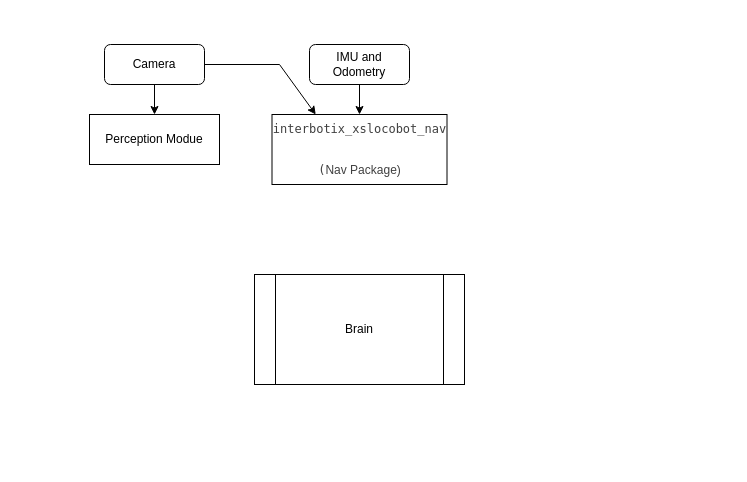
sidt36/ME326-Group-8 keeps this draw.io diagram as module_flow_diagram.drawio. Above is the earlier version. Source tidied: cells renumbered, new cells numbered last; positions are measured from the earlier drawing's top-left corner, leaving out a move shared by most shapes. Both pictures are drawn from the tidied source at 100%, with x=0, y=0 at pixel (89, 44).
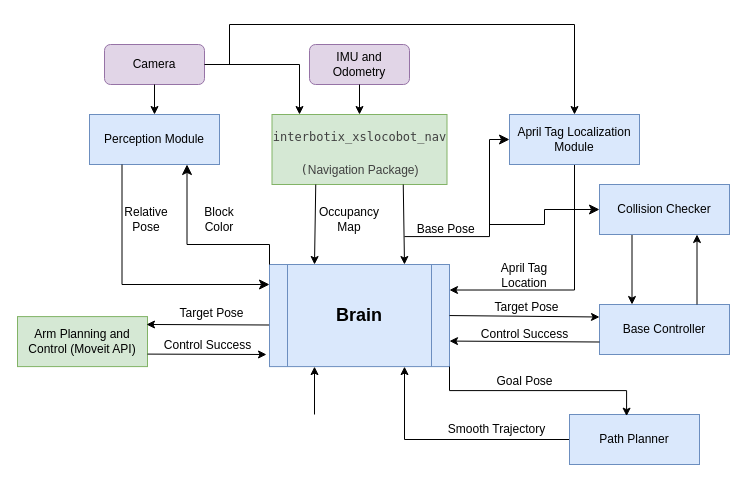
The same diagram, later.

What changed in the source:
```diff
@@
+    <mxCell id="10" style="edgeStyle=orthogonalEdgeStyle;rounded=0;jettySize=auto;html=1;exitX=1;exitY=0.5;exitDx=0;exitDy=0;entryX=0.5;entryY=0;entryDx=0;entryDy=0;" parent="1" edge="1" source="2" target="12">
+      <mxGeometry relative="1" as="geometry">
+        <Array as="points">
+          <mxPoint x="140" y="20" />
+          <mxPoint x="140" y="-20" />
+          <mxPoint x="485" y="-20" />
+        </Array>
+      </mxGeometry>
+    </mxCell>
-    <mxCell id="2" value="Camera" style="rounded=1;whiteSpace=wrap;html=1;" parent="1" vertex="1">
+    <mxCell id="2" value="Camera" style="rounded=1;whiteSpace=wrap;html=1;fillColor=#e1d5e7;strokeColor=#9673a6;" parent="1" vertex="1">
       <mxGeometry x="15" width="100" height="40" as="geometry" />
     </mxCell>
-    <mxCell id="3" value="IMU and Odometry" style="rounded=1;whiteSpace=wrap;html=1;" parent="1" vertex="1">
+    <mxCell id="3" value="IMU and Odometry" style="rounded=1;whiteSpace=wrap;html=1;fillColor=#e1d5e7;strokeColor=#9673a6;" parent="1" vertex="1">
       <mxGeometry x="220" width="100" height="40" as="geometry" />
     </mxCell>
-    <mxCell id="4" value="Perception Modue" style="rounded=0;whiteSpace=wrap;html=1;" parent="1" vertex="1">
+    <mxCell id="4" value="Perception Module" style="rounded=0;whiteSpace=wrap;html=1;fillColor=#dae8fc;strokeColor=#6c8ebf;" parent="1" vertex="1">
       <mxGeometry y="70" width="130" height="50" as="geometry" />
     </mxCell>
-    <mxCell id="5" value="&lt;pre style=&quot;box-sizing: border-box; line-height: 1.4; font-family: SFMono-Regular, Menlo, Monaco, Consolas, &amp;quot;Liberation Mono&amp;quot;, &amp;quot;Courier New&amp;quot;, Courier, monospace; margin-top: 0px; margin-bottom: 0px; padding: 12px; overflow: auto; color: rgb(64, 64, 64);&quot; id=&quot;codecell0&quot;&gt;interbotix_xslocobot_nav&lt;/pre&gt;&lt;pre style=&quot;box-sizing: border-box; line-height: 1.4; font-family: SFMono-Regular, Menlo, Monaco, Consolas, &amp;quot;Liberation Mono&amp;quot;, &amp;quot;Courier New&amp;quot;, Courier, monospace; margin-top: 0px; margin-bottom: 0px; padding: 12px; overflow: auto; color: rgb(64, 64, 64);&quot; id=&quot;codecell0&quot;&gt;(&lt;font style=&quot;background-color: initial; white-space: normal;&quot; face=&quot;Helvetica&quot;&gt;Nav Package)&lt;/font&gt;&lt;/pre&gt;" style="rounded=0;whiteSpace=wrap;html=1;align=center;" parent="1" vertex="1">
+    <mxCell id="5" value="&lt;pre style=&quot;box-sizing: border-box; line-height: 1.4; font-family: SFMono-Regular, Menlo, Monaco, Consolas, &amp;quot;Liberation Mono&amp;quot;, &amp;quot;Courier New&amp;quot;, Courier, monospace; margin-top: 0px; margin-bottom: 0px; padding: 12px; overflow: auto; color: rgb(64, 64, 64);&quot; id=&quot;codecell0&quot;&gt;interbotix_xslocobot_nav&lt;/pre&gt;&lt;pre style=&quot;box-sizing: border-box; line-height: 0%; font-family: SFMono-Regular, Menlo, Monaco, Consolas, &amp;quot;Liberation Mono&amp;quot;, &amp;quot;Courier New&amp;quot;, Courier, monospace; margin-top: 0px; margin-bottom: 0px; padding: 12px; overflow: auto; color: rgb(64, 64, 64);&quot; id=&quot;codecell0&quot;&gt;(&lt;font style=&quot;background-color: initial; white-space: normal;&quot; face=&quot;Helvetica&quot;&gt;Navigation Package)&lt;/font&gt;&lt;/pre&gt;" style="rounded=0;whiteSpace=wrap;html=1;align=center;fillColor=#d5e8d4;strokeColor=#82b366;" parent="1" vertex="1">
       <mxGeometry x="182.5" y="70" width="175" height="70" as="geometry" />
     </mxCell>
-    <mxCell id="6" style="endArrow=classic;html=1;rounded=0;exitX=1;exitY=0.5;exitDx=0;exitDy=0;entryX=0.25;entryY=0;entryDx=0;entryDy=0;" parent="1" edge="1" source="2" target="5">
+    <mxCell id="6" style="endArrow=classic;html=1;rounded=0;exitX=1;exitY=0.5;exitDx=0;exitDy=0;" parent="1" edge="1" source="2">
       <mxGeometry relative="1" as="geometry">
+        <mxPoint x="210" y="70" as="targetPoint" />
         <Array as="points">
-          <mxPoint x="190" y="20" />
+          <mxPoint x="210" y="20" />
         </Array>
       </mxGeometry>
     </mxCell>
@@
+    <mxCell id="11" style="edgeStyle=orthogonalEdgeStyle;rounded=0;jettySize=auto;html=1;exitX=0.5;exitY=1;exitDx=0;exitDy=0;entryX=1;entryY=0.25;entryDx=0;entryDy=0;" parent="1" edge="1" source="12" target="9">
+      <mxGeometry relative="1" as="geometry" />
+    </mxCell>
-    <mxCell id="9" value="Brain" style="shape=process;whiteSpace=wrap;html=1;backgroundOutline=1;" parent="1" vertex="1">
-      <mxGeometry x="165" y="230" width="210" height="110" as="geometry" />
+    <mxCell id="9" value="&lt;span style=&quot;font-size: 18px;&quot;&gt;&lt;b&gt;Brain&lt;/b&gt;&lt;/span&gt;" style="shape=process;whiteSpace=wrap;html=1;backgroundOutline=1;fillColor=#dae8fc;strokeColor=#6c8ebf;" parent="1" vertex="1">
+      <mxGeometry x="180" y="220" width="180" height="102.1" as="geometry" />
     </mxCell>
+    <mxCell id="12" value="April Tag Localization Module" style="rounded=0;whiteSpace=wrap;html=1;fillColor=#dae8fc;strokeColor=#6c8ebf;" parent="1" vertex="1">
+      <mxGeometry x="420" y="70" width="130" height="50" as="geometry" />
+    </mxCell>
+    <mxCell id="13" style="endArrow=classic;html=1;rounded=0;exitX=0.25;exitY=1;exitDx=0;exitDy=0;entryX=0.25;entryY=0;entryDx=0;entryDy=0;" parent="1" edge="1" source="5" target="9">
+      <mxGeometry relative="1" as="geometry" />
+    </mxCell>
+    <mxCell id="14" style="endArrow=classic;html=1;rounded=0;entryX=0.75;entryY=0;entryDx=0;entryDy=0;exitX=0.75;exitY=1;exitDx=0;exitDy=0;" parent="1" edge="1" source="5" target="9">
+      <mxGeometry relative="1" as="geometry" />
+    </mxCell>
+    <mxCell id="15" value="Occupancy Map" style="text;html=1;align=center;verticalAlign=middle;whiteSpace=wrap;rounded=0;" parent="1" vertex="1">
+      <mxGeometry x="230" y="160" width="60" height="30" as="geometry" />
+    </mxCell>
+    <mxCell id="16" value="&amp;nbsp;Base Pose" style="text;html=1;align=center;verticalAlign=middle;whiteSpace=wrap;rounded=0;" parent="1" vertex="1">
+      <mxGeometry x="320" y="170" width="70" height="30" as="geometry" />
+    </mxCell>
+    <mxCell id="17" style="edgeStyle=elbowEdgeStyle;elbow=horizontal;endArrow=classic;html=1;curved=0;rounded=0;endSize=8;startSize=8;entryX=0;entryY=0.5;entryDx=0;entryDy=0;exitX=-0.071;exitY=0.736;exitDx=0;exitDy=0;exitPerimeter=0;" parent="1" edge="1" source="16" target="12">
+      <mxGeometry relative="1" as="geometry">
+        <Array as="points">
+          <mxPoint x="400" y="150" />
+        </Array>
+      </mxGeometry>
+    </mxCell>
+    <mxCell id="18" value="Arm Planning and Control (Moveit API)" style="rounded=0;whiteSpace=wrap;html=1;fillColor=#d5e8d4;strokeColor=#82b366;" parent="1" vertex="1">
+      <mxGeometry x="-72" y="272.1" width="130" height="50" as="geometry" />
+    </mxCell>
+    <mxCell id="19" style="endArrow=classic;html=1;rounded=0;exitX=-0.019;exitY=0.592;exitDx=0;exitDy=0;entryX=1;entryY=0.5;entryDx=0;entryDy=0;exitPerimeter=0;" parent="1" edge="1">
+      <mxGeometry relative="1" as="geometry">
+        <mxPoint x="179.6" y="280.5" as="sourcePoint" />
+        <mxPoint x="57" y="280" as="targetPoint" />
+        <Array as="points">
+          <mxPoint x="63" y="280" />
+        </Array>
+      </mxGeometry>
+    </mxCell>
+    <mxCell id="20" style="endArrow=classic;html=1;rounded=0;entryX=0.25;entryY=1;entryDx=0;entryDy=0;" parent="1" edge="1" target="9">
+      <mxGeometry relative="1" as="geometry">
+        <mxPoint x="225" y="370" as="sourcePoint" />
+      </mxGeometry>
+    </mxCell>
+    <mxCell id="21" value="April Tag Location" style="text;html=1;align=center;verticalAlign=middle;whiteSpace=wrap;rounded=0;" parent="1" vertex="1">
+      <mxGeometry x="400" y="216.1" width="70" height="30" as="geometry" />
+    </mxCell>
+    <mxCell id="22" style="edgeStyle=elbowEdgeStyle;elbow=vertical;endArrow=classic;html=1;curved=0;rounded=0;endSize=8;startSize=8;exitX=0;exitY=0;exitDx=0;exitDy=0;entryX=0.75;entryY=1;entryDx=0;entryDy=0;" parent="1" edge="1" source="9" target="4">
+      <mxGeometry relative="1" as="geometry">
+        <Array as="points">
+          <mxPoint x="130" y="200" />
+        </Array>
+      </mxGeometry>
+    </mxCell>
+    <mxCell id="23" style="edgeStyle=elbowEdgeStyle;elbow=vertical;endArrow=classic;html=1;curved=0;rounded=0;endSize=8;startSize=8;exitX=0.25;exitY=1;exitDx=0;exitDy=0;" parent="1" edge="1" source="4" target="9">
+      <mxGeometry relative="1" as="geometry">
+        <Array as="points">
+          <mxPoint x="33" y="240" />
+        </Array>
+      </mxGeometry>
+    </mxCell>
+    <mxCell id="24" value="Relative Pose" style="text;html=1;align=center;verticalAlign=middle;whiteSpace=wrap;rounded=0;" parent="1" vertex="1">
+      <mxGeometry x="27" y="160" width="60" height="30" as="geometry" />
+    </mxCell>
+    <mxCell id="25" value="Block Color" style="text;html=1;align=center;verticalAlign=middle;whiteSpace=wrap;rounded=0;" parent="1" vertex="1">
+      <mxGeometry x="100" y="160" width="60" height="30" as="geometry" />
+    </mxCell>
+    <mxCell id="26" value="Base Controller" style="rounded=0;whiteSpace=wrap;html=1;fillColor=#dae8fc;strokeColor=#6c8ebf;" parent="1" vertex="1">
+      <mxGeometry x="510" y="260" width="130" height="50" as="geometry" />
+    </mxCell>
+    <mxCell id="27" style="endArrow=classic;html=1;rounded=0;entryX=0;entryY=0.25;entryDx=0;entryDy=0;exitX=1;exitY=0.5;exitDx=0;exitDy=0;" parent="1" edge="1" source="9" target="26">
+      <mxGeometry relative="1" as="geometry" />
+    </mxCell>
+    <mxCell id="28" style="endArrow=classic;html=1;rounded=0;entryX=1;entryY=0.75;entryDx=0;entryDy=0;exitX=0;exitY=0.75;exitDx=0;exitDy=0;" parent="1" edge="1" source="26" target="9">
+      <mxGeometry relative="1" as="geometry" />
+    </mxCell>
+    <mxCell id="29" value="Control Success" style="text;html=1;align=center;verticalAlign=middle;whiteSpace=wrap;rounded=0;" parent="1" vertex="1">
+      <mxGeometry x="61" y="286.1" width="115" height="30" as="geometry" />
+    </mxCell>
+    <mxCell id="30" value="Target Pose" style="text;html=1;align=center;verticalAlign=middle;whiteSpace=wrap;rounded=0;" parent="1" vertex="1">
+      <mxGeometry x="65" y="254.1" width="115" height="30" as="geometry" />
+    </mxCell>
+    <mxCell id="31" style="endArrow=classic;html=1;rounded=0;exitX=1;exitY=0.75;exitDx=0;exitDy=0;" parent="1" edge="1" source="18">
+      <mxGeometry relative="1" as="geometry">
+        <mxPoint x="177" y="310" as="targetPoint" />
+      </mxGeometry>
+    </mxCell>
+    <mxCell id="32" value="Control Success" style="text;html=1;align=center;verticalAlign=middle;whiteSpace=wrap;rounded=0;" parent="1" vertex="1">
+      <mxGeometry x="377.5" y="275" width="115" height="30" as="geometry" />
+    </mxCell>
+    <mxCell id="33" value="Target Pose" style="text;html=1;align=center;verticalAlign=middle;whiteSpace=wrap;rounded=0;" parent="1" vertex="1">
+      <mxGeometry x="380" y="248" width="115" height="30" as="geometry" />
+    </mxCell>
+    <mxCell id="34" style="edgeStyle=orthogonalEdgeStyle;rounded=0;jettySize=auto;html=1;exitX=0;exitY=0.5;exitDx=0;exitDy=0;entryX=0.75;entryY=1;entryDx=0;entryDy=0;" parent="1" edge="1" source="35" target="9">
+      <mxGeometry relative="1" as="geometry" />
+    </mxCell>
+    <mxCell id="35" value="Path Planner" style="rounded=0;whiteSpace=wrap;html=1;fillColor=#dae8fc;strokeColor=#6c8ebf;" parent="1" vertex="1">
+      <mxGeometry x="480" y="370" width="130" height="50" as="geometry" />
+    </mxCell>
+    <mxCell id="36" style="edgeStyle=orthogonalEdgeStyle;rounded=0;jettySize=auto;html=1;exitX=1;exitY=1;exitDx=0;exitDy=0;entryX=0.439;entryY=0.033;entryDx=0;entryDy=0;entryPerimeter=0;" parent="1" edge="1" source="9" target="35">
+      <mxGeometry relative="1" as="geometry" />
+    </mxCell>
+    <mxCell id="37" value="Goal Pose" style="text;html=1;align=center;verticalAlign=middle;whiteSpace=wrap;rounded=0;" parent="1" vertex="1">
+      <mxGeometry x="377.5" y="322.1" width="115" height="30" as="geometry" />
+    </mxCell>
+    <mxCell id="38" value="Smooth Trajectory" style="text;html=1;align=center;verticalAlign=middle;whiteSpace=wrap;rounded=0;" parent="1" vertex="1">
+      <mxGeometry x="350" y="370" width="115" height="30" as="geometry" />
+    </mxCell>
+    <mxCell id="39" style="edgeStyle=orthogonalEdgeStyle;rounded=0;jettySize=auto;html=1;exitX=0.25;exitY=1;exitDx=0;exitDy=0;entryX=0.25;entryY=0;entryDx=0;entryDy=0;" parent="1" edge="1" source="40" target="26">
+      <mxGeometry relative="1" as="geometry" />
+    </mxCell>
+    <mxCell id="40" value="Collision Checker" style="rounded=0;whiteSpace=wrap;html=1;fillColor=#dae8fc;strokeColor=#6c8ebf;" parent="1" vertex="1">
+      <mxGeometry x="510" y="140" width="130" height="50" as="geometry" />
+    </mxCell>
+    <mxCell id="41" style="endArrow=classic;html=1;rounded=0;exitX=0.75;exitY=0;exitDx=0;exitDy=0;entryX=0.75;entryY=1;entryDx=0;entryDy=0;" parent="1" edge="1" source="26" target="40">
+      <mxGeometry relative="1" as="geometry" />
+    </mxCell>
+    <mxCell id="42" style="edgeStyle=elbowEdgeStyle;elbow=horizontal;endArrow=classic;html=1;curved=0;rounded=0;endSize=8;startSize=8;entryX=0;entryY=0.5;entryDx=0;entryDy=0;" parent="1" edge="1" target="40">
+      <mxGeometry relative="1" as="geometry">
+        <mxPoint x="400" y="180" as="sourcePoint" />
+      </mxGeometry>
+    </mxCell>
```
